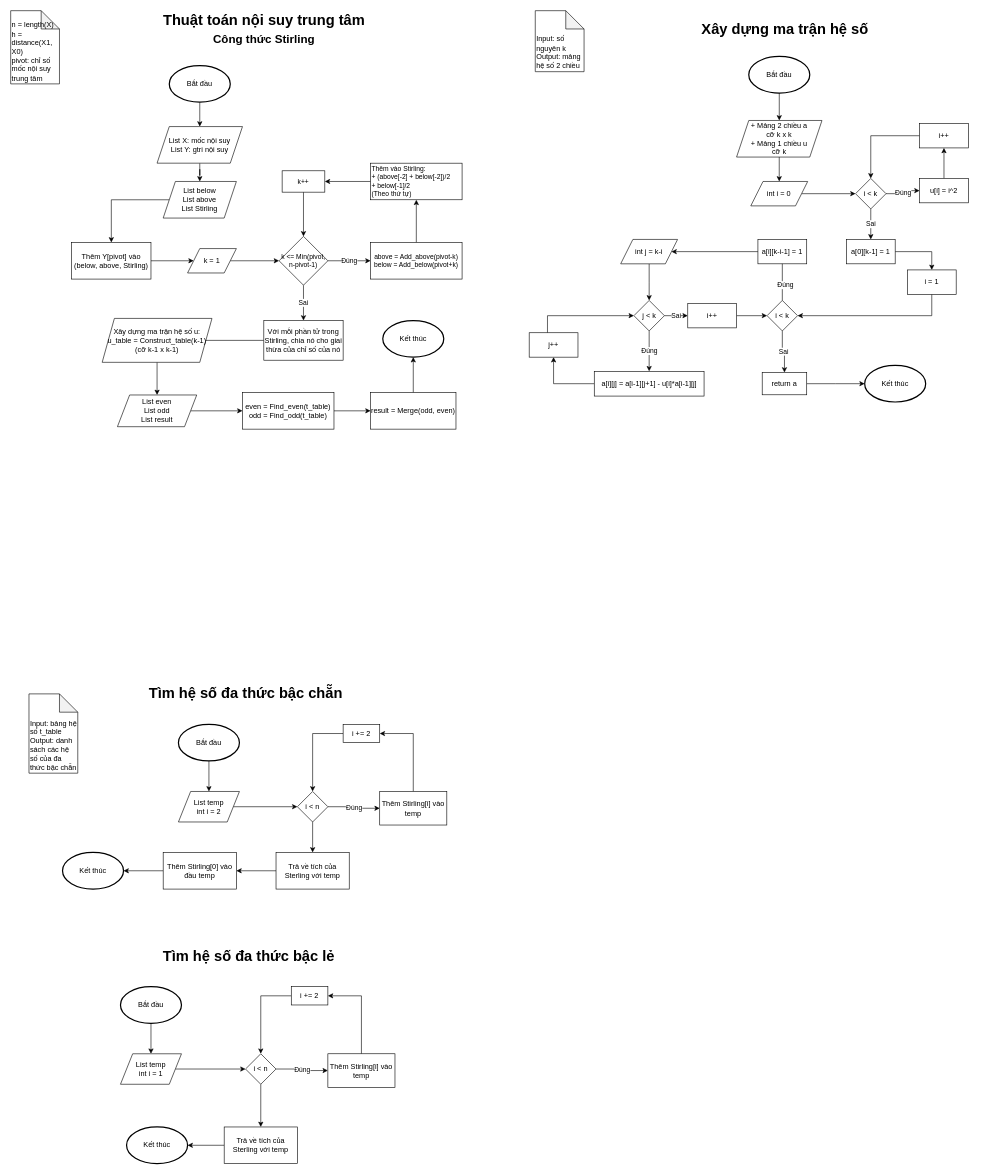
heiung2001/Numerical-Method keeps this draw.io diagram as Week05/Algorithms/Stirling-Central-Interpolation.drawio. Above is the earlier version. Source tidied: cells renumbered, new cells numbered last; positions are measured from the earlier drawing's top-left corner, leaving out a move shared by most shapes. Both pictures are drawn from the tidied source at 61%, with x=0, y=0 at pixel (10, 10).
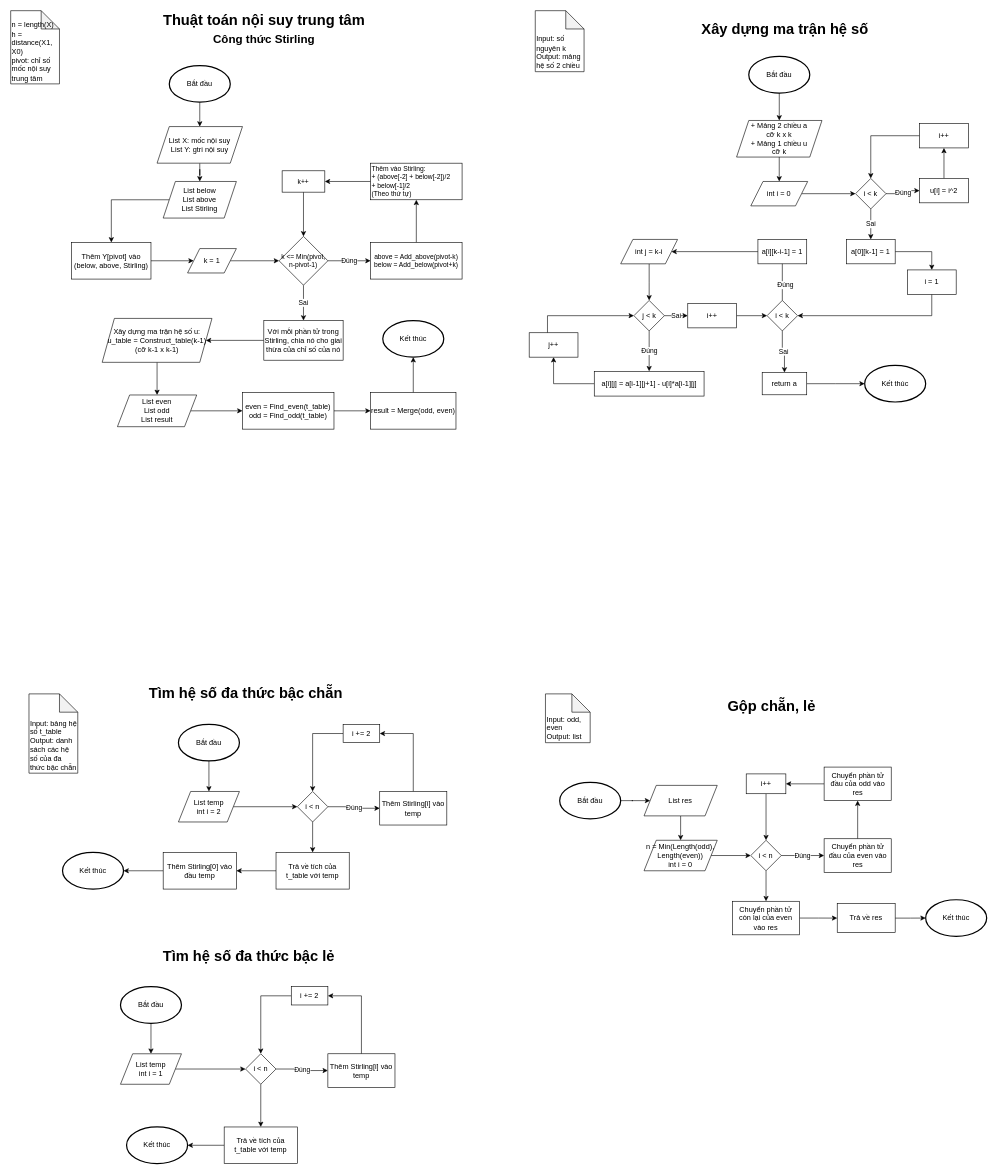
The same diagram, later.

Commit message:
fix in find odd, find even

The change refers to these unchanged cells:
```xml
<mxCell id="23" value="&lt;span style=&quot;font-size: 12px&quot;&gt;Với mỗi phần tử trong Stirling, chia nó cho giai thừa của chỉ số của nó&lt;/span&gt;" style="whiteSpace=wrap;html=1;fontSize=11;" parent="1" vertex="1">
  <mxGeometry x="415" y="508" width="130" height="65" as="geometry" />
</mxCell>
<mxCell id="25" value="Xây dựng ma trận hệ số u:&lt;br&gt;u_table = Construct_table(k-1)&lt;br&gt;(cỡ k-1 x k-1)" style="shape=parallelogram;perimeter=parallelogramPerimeter;whiteSpace=wrap;html=1;fixedSize=1;align=center;verticalAlign=middle;" parent="1" vertex="1">
  <mxGeometry x="150" y="504.5" width="180" height="72" as="geometry" />
</mxCell>
<mxCell id="94" value="i &amp;lt; n" style="rhombus;whiteSpace=wrap;html=1;verticalAlign=middle;" parent="1" vertex="1">
  <mxGeometry x="385" y="1710" width="50" height="50" as="geometry" />
</mxCell>
<mxCell id="101" value="Kết thúc" style="strokeWidth=2;html=1;shape=mxgraph.flowchart.start_1;whiteSpace=wrap;verticalAlign=middle;" parent="1" vertex="1">
  <mxGeometry x="190" y="1830" width="100" height="60" as="geometry" />
</mxCell>
```

Change to the diagram source:
```diff
@@
-    <mxCell id="22" style="edgeStyle=orthogonalEdgeStyle;rounded=0;jettySize=auto;html=1;entryX=0;entryY=0.5;entryDx=0;entryDy=0;" parent="1" edge="1" source="23" target="25">
+    <mxCell id="22" style="edgeStyle=orthogonalEdgeStyle;rounded=0;jettySize=auto;html=1;entryX=1;entryY=0.5;entryDx=0;entryDy=0;" parent="1" edge="1" source="23" target="25">
       <mxGeometry relative="1" as="geometry" />
     </mxCell>
@@
-    <mxCell id="93" style="edgeStyle=orthogonalEdgeStyle;rounded=0;jettySize=auto;html=1;entryX=0.5;entryY=0;entryDx=0;entryDy=0;" parent="1" edge="1" source="94" target="100">
+    <mxCell id="93" style="edgeStyle=orthogonalEdgeStyle;rounded=0;jettySize=auto;html=1;entryX=0.5;entryY=0;entryDx=0;entryDy=0;" parent="1" edge="1" source="94" target="127">
       <mxGeometry relative="1" as="geometry" />
     </mxCell>
@@
-    <mxCell id="99" style="edgeStyle=orthogonalEdgeStyle;rounded=0;jettySize=auto;html=1;entryX=1;entryY=0.5;entryDx=0;entryDy=0;entryPerimeter=0;" parent="1" edge="1" source="100" target="101">
+    <mxCell id="99" style="edgeStyle=orthogonalEdgeStyle;rounded=0;jettySize=auto;html=1;entryX=1;entryY=0.5;entryDx=0;entryDy=0;entryPerimeter=0;exitX=0;exitY=0.5;exitDx=0;exitDy=0;" parent="1" edge="1" source="127" target="101">
       <mxGeometry relative="1" as="geometry" />
     </mxCell>
-    <mxCell id="100" value="Trả về tích của Sterling với temp" style="whiteSpace=wrap;html=1;" parent="1" vertex="1">
-      <mxGeometry x="350" y="1830" width="120" height="60" as="geometry" />
-    </mxCell>
@@
-    <mxCell id="103" value="Trả về tích của Sterling với temp" style="whiteSpace=wrap;html=1;" parent="1" vertex="1">
+    <mxCell id="103" value="Trả về tích của t_table với temp" style="whiteSpace=wrap;html=1;" parent="1" vertex="1">
       <mxGeometry x="435" y="1380" width="120" height="60" as="geometry" />
     </mxCell>
@@
+    <mxCell id="105" value="Gộp chẵn, lẻ" style="text;strokeColor=none;fillColor=none;html=1;fontSize=24;fontStyle=1;verticalAlign=middle;align=center;" parent="1" vertex="1">
+      <mxGeometry x="1071.7" y="1120" width="350" height="40" as="geometry" />
+    </mxCell>
+    <mxCell id="106" style="edgeStyle=orthogonalEdgeStyle;rounded=0;jettySize=auto;html=1;entryX=0;entryY=0.5;entryDx=0;entryDy=0;" parent="1" edge="1" source="107" target="112">
+      <mxGeometry relative="1" as="geometry" />
+    </mxCell>
+    <mxCell id="107" value="Bắt đầu" style="strokeWidth=2;html=1;shape=mxgraph.flowchart.start_1;whiteSpace=wrap;" parent="1" vertex="1">
+      <mxGeometry x="900" y="1265" width="100" height="60" as="geometry" />
+    </mxCell>
+    <mxCell id="108" value="Input: odd, even&lt;br&gt;Output: list" style="shape=note;whiteSpace=wrap;html=1;backgroundOutline=1;darkOpacity=0.05;align=left;verticalAlign=bottom;" parent="1" vertex="1">
+      <mxGeometry x="876.7" y="1120" width="73.3" height="80" as="geometry" />
+    </mxCell>
+    <mxCell id="109" style="edgeStyle=orthogonalEdgeStyle;rounded=0;jettySize=auto;html=1;entryX=0;entryY=0.5;entryDx=0;entryDy=0;" parent="1" edge="1" source="110" target="115">
+      <mxGeometry relative="1" as="geometry" />
+    </mxCell>
+    <mxCell id="110" value="n = Min(Length(odd), Length(even))&lt;br&gt;int i = 0" style="shape=parallelogram;perimeter=parallelogramPerimeter;whiteSpace=wrap;html=1;fixedSize=1;verticalAlign=middle;" parent="1" vertex="1">
+      <mxGeometry x="1038.3" y="1360" width="120" height="50" as="geometry" />
+    </mxCell>
+    <mxCell id="111" style="edgeStyle=orthogonalEdgeStyle;rounded=0;jettySize=auto;html=1;entryX=0.5;entryY=0;entryDx=0;entryDy=0;" parent="1" edge="1" source="112" target="110">
+      <mxGeometry relative="1" as="geometry" />
+    </mxCell>
+    <mxCell id="112" value="List res" style="shape=parallelogram;perimeter=parallelogramPerimeter;whiteSpace=wrap;html=1;fixedSize=1;verticalAlign=middle;" parent="1" vertex="1">
+      <mxGeometry x="1038.3" y="1270" width="120" height="50" as="geometry" />
+    </mxCell>
+    <mxCell id="113" value="Đúng" style="edgeStyle=orthogonalEdgeStyle;rounded=0;jettySize=auto;html=1;entryX=0;entryY=0.5;entryDx=0;entryDy=0;" parent="1" edge="1" source="115" target="117">
+      <mxGeometry relative="1" as="geometry" />
+    </mxCell>
+    <mxCell id="114" style="edgeStyle=orthogonalEdgeStyle;rounded=0;jettySize=auto;html=1;entryX=0.5;entryY=0;entryDx=0;entryDy=0;" parent="1" edge="1" source="115" target="123">
+      <mxGeometry relative="1" as="geometry" />
+    </mxCell>
+    <mxCell id="115" value="i &amp;lt; n" style="rhombus;whiteSpace=wrap;html=1;verticalAlign=middle;" parent="1" vertex="1">
+      <mxGeometry x="1213.3" y="1360" width="50" height="50" as="geometry" />
+    </mxCell>
+    <mxCell id="116" style="edgeStyle=orthogonalEdgeStyle;rounded=0;jettySize=auto;html=1;entryX=0.5;entryY=1;entryDx=0;entryDy=0;" parent="1" edge="1" source="117" target="119">
+      <mxGeometry relative="1" as="geometry" />
+    </mxCell>
+    <mxCell id="117" value="Chuyển phần tử đầu của even vào res" style="whiteSpace=wrap;html=1;" parent="1" vertex="1">
+      <mxGeometry x="1333.5" y="1357.5" width="110" height="55" as="geometry" />
+    </mxCell>
+    <mxCell id="118" style="edgeStyle=orthogonalEdgeStyle;rounded=0;jettySize=auto;html=1;" parent="1" edge="1" source="119" target="121">
+      <mxGeometry relative="1" as="geometry" />
+    </mxCell>
+    <mxCell id="119" value="Chuyển phần tử đầu của odd vào res" style="whiteSpace=wrap;html=1;" parent="1" vertex="1">
+      <mxGeometry x="1333.5" y="1240" width="110" height="55" as="geometry" />
+    </mxCell>
+    <mxCell id="120" style="edgeStyle=orthogonalEdgeStyle;rounded=0;jettySize=auto;html=1;entryX=0.5;entryY=0;entryDx=0;entryDy=0;" parent="1" edge="1" source="121" target="115">
+      <mxGeometry relative="1" as="geometry" />
+    </mxCell>
+    <mxCell id="121" value="i++" style="whiteSpace=wrap;html=1;" parent="1" vertex="1">
+      <mxGeometry x="1205.8" y="1251.2" width="65" height="32.5" as="geometry" />
+    </mxCell>
+    <mxCell id="122" style="edgeStyle=orthogonalEdgeStyle;rounded=0;jettySize=auto;html=1;" parent="1" edge="1" source="123" target="125">
+      <mxGeometry relative="1" as="geometry" />
+    </mxCell>
+    <mxCell id="123" value="Chuyển phần tử còn lại của even vào res" style="whiteSpace=wrap;html=1;" parent="1" vertex="1">
+      <mxGeometry x="1183.3" y="1460" width="110" height="55" as="geometry" />
+    </mxCell>
+    <mxCell id="124" style="edgeStyle=orthogonalEdgeStyle;rounded=0;jettySize=auto;html=1;entryX=0;entryY=0.5;entryDx=0;entryDy=0;entryPerimeter=0;" parent="1" edge="1" source="125" target="126">
+      <mxGeometry relative="1" as="geometry" />
+    </mxCell>
+    <mxCell id="125" value="Trả về res" style="whiteSpace=wrap;html=1;" parent="1" vertex="1">
+      <mxGeometry x="1355" y="1463.8" width="95" height="47.5" as="geometry" />
+    </mxCell>
+    <mxCell id="126" value="Kết thúc" style="strokeWidth=2;html=1;shape=mxgraph.flowchart.start_1;whiteSpace=wrap;" parent="1" vertex="1">
+      <mxGeometry x="1500" y="1457.5" width="100" height="60" as="geometry" />
+    </mxCell>
+    <mxCell id="127" value="Trả về tích của t_table với temp" style="whiteSpace=wrap;html=1;" parent="1" vertex="1">
+      <mxGeometry x="350" y="1830" width="120" height="60" as="geometry" />
+    </mxCell>
```
